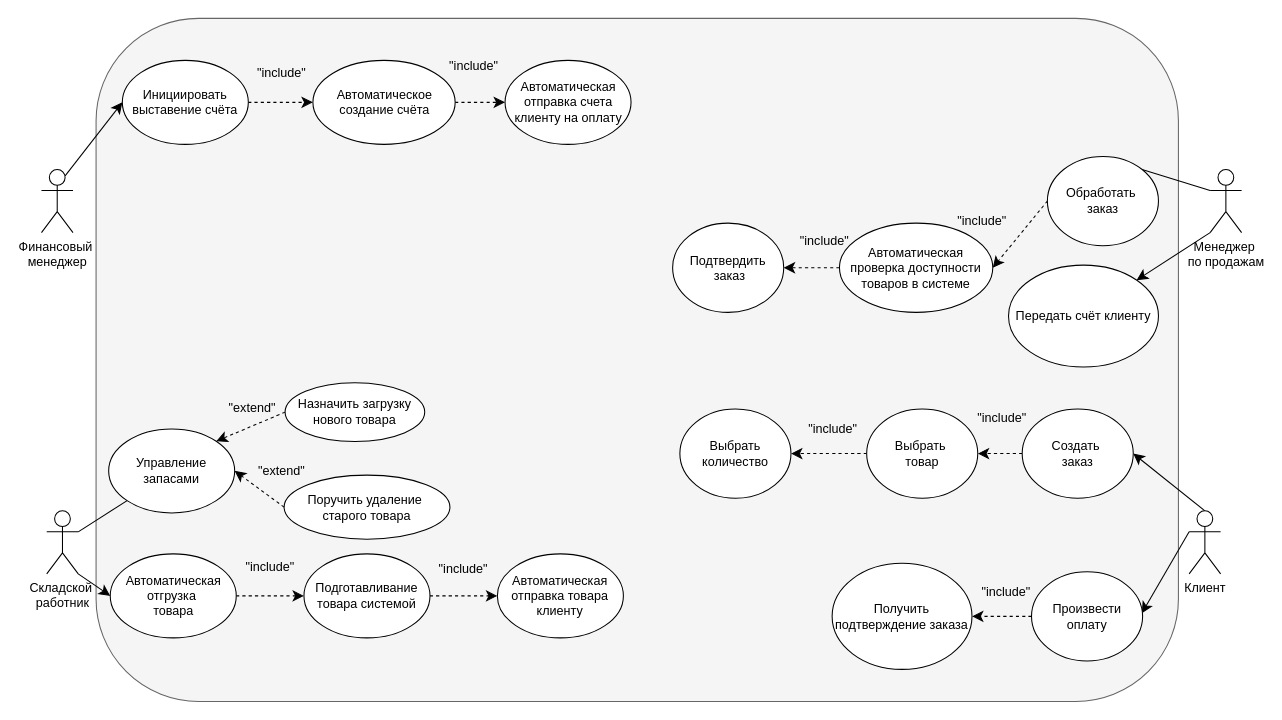
This is 7777.drawio.xml from Helpmepleaseitishard/Aikms, a draw.io file, before an edit. Source tidied: cells renumbered, new cells numbered last; positions are measured from the earlier drawing's top-left corner, leaving out a move shared by most shapes. Both pictures are drawn from the tidied source at 105%, with x=0, y=0 at pixel (41, 18).
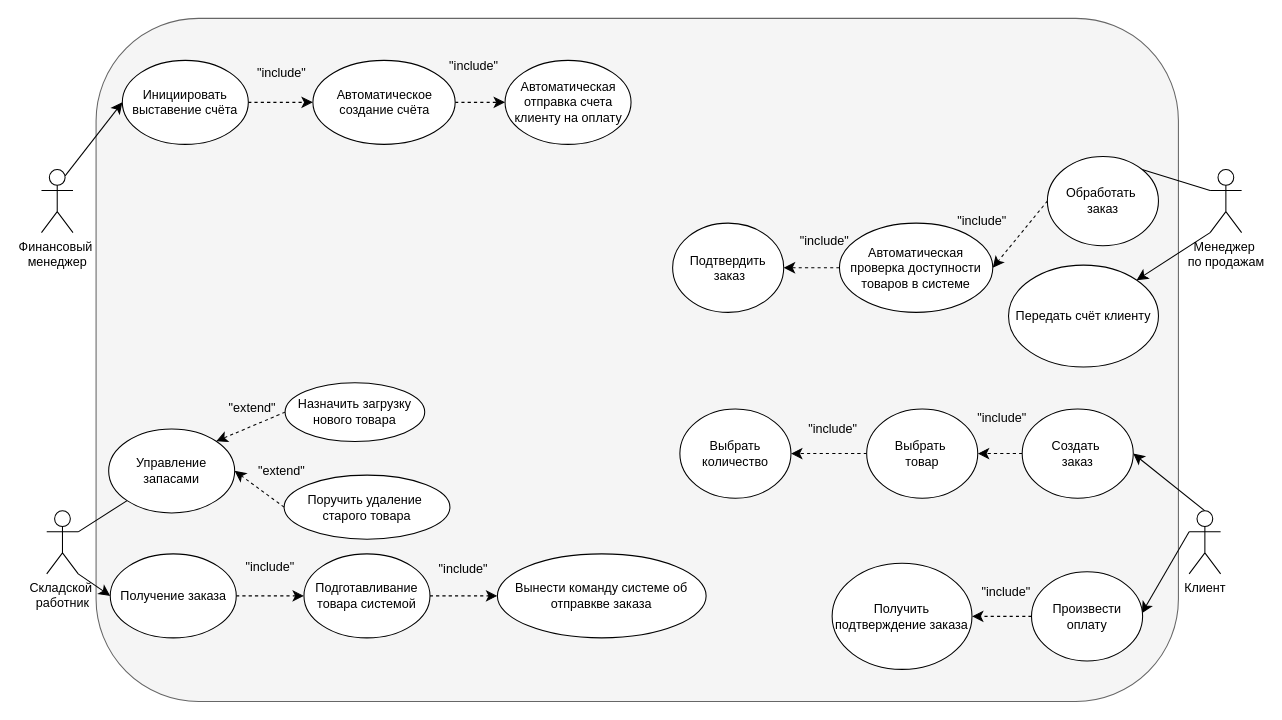
The same diagram, later.

What changed in the source:
```diff
@@
-    <mxCell id="22" value="&lt;div&gt;&lt;span style=&quot;&quot;&gt;Автоматическая отгрузка&amp;nbsp;&lt;/span&gt;&lt;/div&gt;&lt;div&gt;&lt;span style=&quot;&quot;&gt;товара&lt;/span&gt;&lt;/div&gt;" style="ellipse;whiteSpace=wrap;html=1;" parent="1" vertex="1">
+    <mxCell id="22" value="Получение заказа" style="ellipse;whiteSpace=wrap;html=1;" parent="1" vertex="1">
       <mxGeometry x="65.5" y="510" width="120" height="80" as="geometry" />
     </mxCell>
@@
-    <mxCell id="25" value="&lt;span style=&quot;&quot;&gt;Автоматическая о&lt;/span&gt;тправка товара клиенту" style="ellipse;whiteSpace=wrap;html=1;" parent="1" vertex="1">
-      <mxGeometry x="434.2" y="510" width="120" height="80" as="geometry" />
+    <mxCell id="25" value="Вынести команду системе об отправкве заказа" style="ellipse;whiteSpace=wrap;html=1;" parent="1" vertex="1">
+      <mxGeometry x="434.2" y="510" width="198.8" height="80" as="geometry" />
     </mxCell>
```
